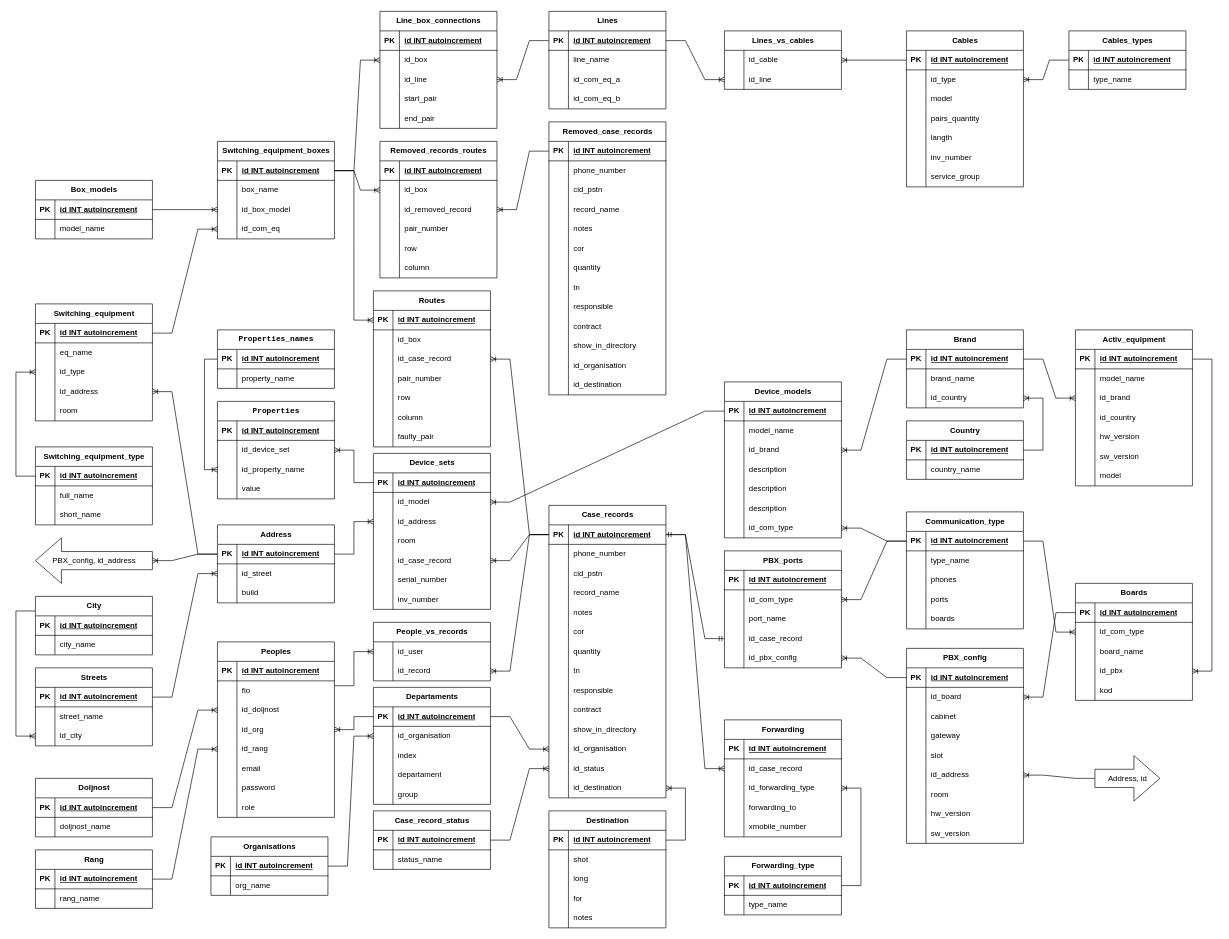
This is Project/БД для проекта.drawio from AndyHustler/HomeworkForJSFullStack, a draw.io file, before an edit. Source tidied: cells renumbered, new cells numbered last; positions are measured from the earlier drawing's top-left corner, leaving out a move shared by most shapes. Both pictures are drawn from the tidied source at 65%, with x=0, y=0 at pixel (16, 11).
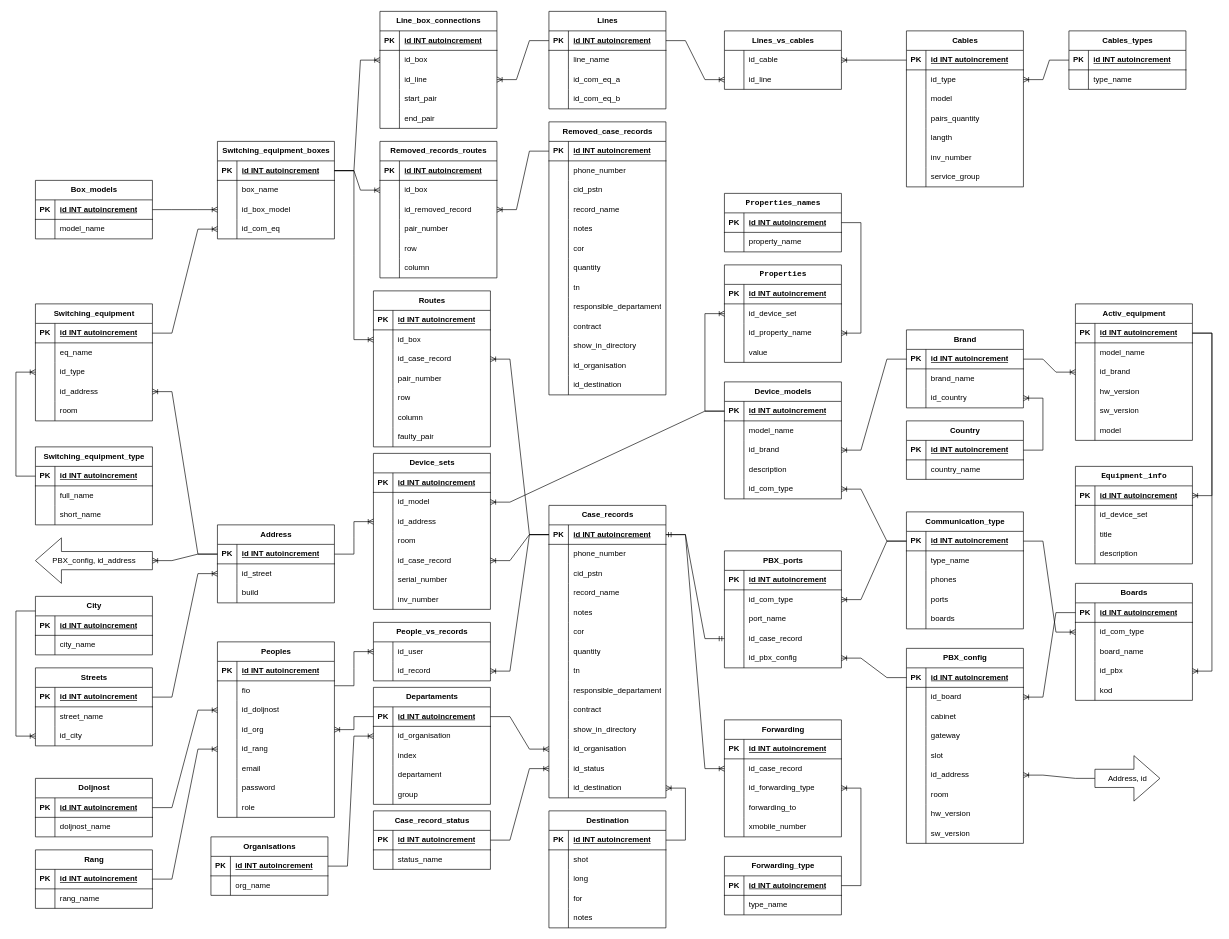
The same diagram, later.

The change refers to these unchanged cells:
```xml
<mxCell id="19" style="shape=tableRow;horizontal=0;startSize=0;swimlaneHead=0;swimlaneBody=0;fillColor=none;points=[[0,0.5],[1,0.5]];portConstraint=eastwest;top=0;left=0;right=0;bottom=1;" parent="18" vertex="1">
  <mxGeometry y="30" width="180" height="30" as="geometry" />
</mxCell>
<mxCell id="126" style="shape=tableRow;horizontal=0;startSize=0;swimlaneHead=0;swimlaneBody=0;fillColor=none;points=[[0,0.5],[1,0.5]];portConstraint=eastwest;top=0;left=0;right=0;bottom=1;" parent="125" vertex="1">
  <mxGeometry y="30" width="180" height="30" as="geometry" />
</mxCell>
<mxCell id="148" style="shape=tableRow;horizontal=0;startSize=0;swimlaneHead=0;swimlaneBody=0;fillColor=none;points=[[0,0.5],[1,0.5]];portConstraint=eastwest;top=0;left=0;right=0;bottom=1;" parent="147" vertex="1">
  <mxGeometry y="30" width="180" height="30" as="geometry" />
</mxCell>
<mxCell id="151" style="shape=tableRow;horizontal=0;startSize=0;swimlaneHead=0;swimlaneBody=0;fillColor=none;points=[[0,0.5],[1,0.5]];portConstraint=eastwest;top=0;left=0;right=0;bottom=0;" parent="147" vertex="1">
  <mxGeometry y="60" width="180" height="30" as="geometry" />
</mxCell>
<mxCell id="235" style="shape=tableRow;horizontal=0;startSize=0;swimlaneHead=0;swimlaneBody=0;fillColor=none;top=0;left=0;right=0;bottom=0;" parent="210" vertex="1">
  <mxGeometry y="270" width="180" height="30" as="geometry" />
</mxCell>
<mxCell id="278" style="shape=tableRow;horizontal=0;startSize=0;swimlaneHead=0;swimlaneBody=0;fillColor=none;top=0;left=0;right=0;bottom=0;" parent="253" vertex="1">
  <mxGeometry y="270" width="180" height="30" as="geometry" />
</mxCell>
<mxCell id="477" style="shape=tableRow;horizontal=0;startSize=0;swimlaneHead=0;swimlaneBody=0;fillColor=none;points=[[0,0.5],[1,0.5]];portConstraint=eastwest;top=0;left=0;right=0;bottom=1;" parent="476" vertex="1">
  <mxGeometry y="30" width="180" height="30" as="geometry" />
</mxCell>
<mxCell id="502" style="shape=tableRow;horizontal=0;startSize=0;swimlaneHead=0;swimlaneBody=0;fillColor=none;points=[[0,0.5],[1,0.5]];portConstraint=eastwest;top=0;left=0;right=0;bottom=1;" parent="501" vertex="1">
  <mxGeometry y="30" width="180" height="30" as="geometry" />
</mxCell>
<mxCell id="547" style="shape=tableRow;horizontal=0;startSize=0;swimlaneHead=0;swimlaneBody=0;fillColor=none;points=[[0,0.5],[1,0.5]];portConstraint=eastwest;top=0;left=0;right=0;bottom=0;" parent="543" vertex="1">
  <mxGeometry y="60" width="180" height="30" as="geometry" />
</mxCell>
<mxCell id="550" style="shape=tableRow;horizontal=0;startSize=0;swimlaneHead=0;swimlaneBody=0;fillColor=none;points=[[0,0.5],[1,0.5]];portConstraint=eastwest;top=0;left=0;right=0;bottom=0;" parent="543" vertex="1">
  <mxGeometry y="90" width="180" height="30" as="geometry" />
</mxCell>
<mxCell id="557" style="shape=tableRow;horizontal=0;startSize=0;swimlaneHead=0;swimlaneBody=0;fillColor=none;points=[[0,0.5],[1,0.5]];portConstraint=eastwest;top=0;left=0;right=0;bottom=1;" parent="556" vertex="1">
  <mxGeometry y="30" width="180" height="30" as="geometry" />
</mxCell>
```

Diff of the diagram source:
```diff
@@
-    <mxCell id="169" style="edgeStyle=entityRelationEdgeStyle;fontSize=12;html=1;endArrow=ERoneToMany;rounded=0;entryX=0;entryY=0.5;entryDx=0;entryDy=0;exitX=1;exitY=0.5;exitDx=0;exitDy=0;" parent="1" edge="1" source="19" target="148">
+    <mxCell id="169" style="edgeStyle=entityRelationEdgeStyle;fontSize=12;html=1;endArrow=ERoneToMany;rounded=0;entryX=0;entryY=0.5;entryDx=0;entryDy=0;exitX=1;exitY=0.5;exitDx=0;exitDy=0;" parent="1" edge="1" source="19" target="151">
       <mxGeometry relative="1" as="geometry" />
     </mxCell>
@@
-    <mxCell id="237" value="responsible" style="shape=partialRectangle;fillColor=none;top=0;left=0;bottom=0;right=0;align=left;spacingLeft=6;overflow=hidden;whiteSpace=wrap;html=1;" parent="235" vertex="1">
+    <mxCell id="237" value="responsible_departament" style="shape=partialRectangle;fillColor=none;top=0;left=0;bottom=0;right=0;align=left;spacingLeft=6;overflow=hidden;whiteSpace=wrap;html=1;" parent="235" vertex="1">
       <mxGeometry x="30" width="150" height="30" as="geometry" />
     </mxCell>
@@
-    <mxCell id="280" value="responsible" style="shape=partialRectangle;fillColor=none;top=0;left=0;bottom=0;right=0;align=left;spacingLeft=6;overflow=hidden;whiteSpace=wrap;html=1;" parent="278" vertex="1">
+    <mxCell id="280" value="responsible_departament" style="shape=partialRectangle;fillColor=none;top=0;left=0;bottom=0;right=0;align=left;spacingLeft=6;overflow=hidden;whiteSpace=wrap;html=1;" parent="278" vertex="1">
       <mxGeometry x="30" width="150" height="30" as="geometry" />
     </mxCell>
@@
     <mxCell id="476" value="Device_models" style="shape=table;startSize=30;childLayout=tableLayout;rowLines=0;fontStyle=1;align=center;html=1;" parent="1" vertex="1">
-      <mxGeometry x="1090" y="570" width="180" height="240" as="geometry" />
+      <mxGeometry x="1090" y="570" width="180" height="180" as="geometry" />
     </mxCell>
@@
-    <mxCell id="489" style="shape=tableRow;horizontal=0;startSize=0;swimlaneHead=0;swimlaneBody=0;fillColor=none;top=0;left=0;right=0;bottom=0;" parent="476" vertex="1">
-      <mxGeometry y="150" width="180" height="30" as="geometry" />
-    </mxCell>
-    <mxCell id="490" style="shape=partialRectangle;fillColor=none;top=0;left=0;bottom=0;right=0;overflow=hidden;whiteSpace=wrap;html=1;" parent="489" vertex="1">
-      <mxGeometry width="30" height="30" as="geometry" />
-    </mxCell>
-    <mxCell id="491" value="description" style="shape=partialRectangle;fillColor=none;top=0;left=0;bottom=0;right=0;align=left;spacingLeft=6;overflow=hidden;whiteSpace=wrap;html=1;" parent="489" vertex="1">
-      <mxGeometry x="30" width="150" height="30" as="geometry" />
-    </mxCell>
-    <mxCell id="492" style="shape=tableRow;horizontal=0;startSize=0;swimlaneHead=0;swimlaneBody=0;fillColor=none;top=0;left=0;right=0;bottom=0;" parent="476" vertex="1">
-      <mxGeometry y="180" width="180" height="30" as="geometry" />
-    </mxCell>
-    <mxCell id="493" style="shape=partialRectangle;fillColor=none;top=0;left=0;bottom=0;right=0;overflow=hidden;whiteSpace=wrap;html=1;" parent="492" vertex="1">
-      <mxGeometry width="30" height="30" as="geometry" />
-    </mxCell>
-    <mxCell id="494" value="description" style="shape=partialRectangle;fillColor=none;top=0;left=0;bottom=0;right=0;align=left;spacingLeft=6;overflow=hidden;whiteSpace=wrap;html=1;" parent="492" vertex="1">
-      <mxGeometry x="30" width="150" height="30" as="geometry" />
-    </mxCell>
     <mxCell id="495" style="shape=tableRow;horizontal=0;startSize=0;swimlaneHead=0;swimlaneBody=0;fillColor=none;points=[[0,0.5],[1,0.5]];portConstraint=eastwest;top=0;left=0;right=0;bottom=0;" parent="476" vertex="1">
-      <mxGeometry y="210" width="180" height="30" as="geometry" />
+      <mxGeometry y="150" width="180" height="30" as="geometry" />
     </mxCell>
@@
     <mxCell id="501" value="Activ_equipment" style="shape=table;startSize=30;childLayout=tableLayout;rowLines=0;fontStyle=1;align=center;html=1;" parent="1" vertex="1">
-      <mxGeometry x="1630" y="490" width="180" height="240" as="geometry" />
+      <mxGeometry x="1630" y="450" width="180" height="210" as="geometry" />
     </mxCell>
@@
-    <mxCell id="511" style="shape=tableRow;horizontal=0;startSize=0;swimlaneHead=0;swimlaneBody=0;fillColor=none;top=0;left=0;right=0;bottom=0;" parent="501" vertex="1">
-      <mxGeometry y="120" width="180" height="30" as="geometry" />
-    </mxCell>
-    <mxCell id="512" style="shape=partialRectangle;fillColor=none;top=0;left=0;bottom=0;right=0;overflow=hidden;whiteSpace=wrap;html=1;" parent="511" vertex="1">
-      <mxGeometry width="30" height="30" as="geometry" />
-    </mxCell>
-    <mxCell id="513" value="id_country" style="shape=partialRectangle;fillColor=none;top=0;left=0;bottom=0;right=0;align=left;spacingLeft=6;overflow=hidden;whiteSpace=wrap;html=1;" parent="511" vertex="1">
-      <mxGeometry x="30" width="150" height="30" as="geometry" />
-    </mxCell>
     <mxCell id="514" style="shape=tableRow;horizontal=0;startSize=0;swimlaneHead=0;swimlaneBody=0;fillColor=none;top=0;left=0;right=0;bottom=0;" parent="501" vertex="1">
-      <mxGeometry y="150" width="180" height="30" as="geometry" />
+      <mxGeometry y="120" width="180" height="30" as="geometry" />
     </mxCell>
@@
     <mxCell id="517" style="shape=tableRow;horizontal=0;startSize=0;swimlaneHead=0;swimlaneBody=0;fillColor=none;top=0;left=0;right=0;bottom=0;" parent="501" vertex="1">
-      <mxGeometry y="180" width="180" height="30" as="geometry" />
+      <mxGeometry y="150" width="180" height="30" as="geometry" />
     </mxCell>
@@
     <mxCell id="520" style="shape=tableRow;horizontal=0;startSize=0;swimlaneHead=0;swimlaneBody=0;fillColor=none;top=0;left=0;right=0;bottom=0;" parent="501" vertex="1">
-      <mxGeometry y="210" width="180" height="30" as="geometry" />
+      <mxGeometry y="180" width="180" height="30" as="geometry" />
     </mxCell>
@@
     <mxCell id="543" value="&lt;pre dir=&quot;ltr&quot; style=&quot;text-align:left&quot; id=&quot;tw-target-text&quot; class=&quot;tw-data-text tw-text-large tw-ta&quot;&gt;Properties&lt;/pre&gt;" style="shape=table;startSize=30;childLayout=tableLayout;rowLines=0;fontStyle=1;align=center;html=1;" parent="1" vertex="1">
-      <mxGeometry x="310" y="600" width="180" height="150" as="geometry" />
+      <mxGeometry x="1090" y="390" width="180" height="150" as="geometry" />
     </mxCell>
@@
     <mxCell id="556" value="&lt;pre dir=&quot;ltr&quot; style=&quot;text-align:left&quot; id=&quot;tw-target-text&quot; class=&quot;tw-data-text tw-text-large tw-ta&quot;&gt;Properties_names&lt;/pre&gt;" style="shape=table;startSize=30;childLayout=tableLayout;rowLines=0;fontStyle=1;align=center;html=1;" parent="1" vertex="1">
-      <mxGeometry x="310" y="490" width="180" height="90" as="geometry" />
+      <mxGeometry x="1090" y="280" width="180" height="90" as="geometry" />
     </mxCell>
@@
-    <mxCell id="563" style="edgeStyle=elbowEdgeStyle;fontSize=12;html=1;endArrow=ERoneToMany;rounded=0;exitX=0;exitY=0.5;exitDx=0;exitDy=0;entryX=0;entryY=0.5;entryDx=0;entryDy=0;" parent="1" edge="1" source="557" target="550">
+    <mxCell id="563" style="edgeStyle=elbowEdgeStyle;fontSize=12;html=1;endArrow=ERoneToMany;rounded=0;exitX=1;exitY=0.5;exitDx=0;exitDy=0;entryX=1;entryY=0.5;entryDx=0;entryDy=0;" parent="1" edge="1" source="557" target="550">
       <mxGeometry relative="1" as="geometry">
         <Array as="points">
-          <mxPoint x="290" y="620" />
+          <mxPoint x="1300" y="400" />
         </Array>
       </mxGeometry>
     </mxCell>
-    <mxCell id="564" style="edgeStyle=entityRelationEdgeStyle;fontSize=12;html=1;endArrow=ERoneToMany;rounded=0;exitX=0;exitY=0.5;exitDx=0;exitDy=0;entryX=1;entryY=0.5;entryDx=0;entryDy=0;" parent="1" edge="1" source="126" target="547">
-      <mxGeometry relative="1" as="geometry" />
+    <mxCell id="564" style="edgeStyle=elbowEdgeStyle;fontSize=12;html=1;endArrow=ERoneToMany;rounded=0;exitX=0;exitY=0.5;exitDx=0;exitDy=0;entryX=0;entryY=0.5;entryDx=0;entryDy=0;" parent="1" edge="1" source="477" target="547">
+      <mxGeometry relative="1" as="geometry">
+        <Array as="points">
+          <mxPoint x="1060" y="540" />
+        </Array>
+      </mxGeometry>
     </mxCell>
@@
+    <mxCell id="605" value="&lt;pre dir=&quot;ltr&quot; style=&quot;text-align:left&quot; id=&quot;tw-target-text&quot; class=&quot;tw-data-text tw-text-large tw-ta&quot;&gt;Equipment_info&lt;br&gt;&lt;/pre&gt;" style="shape=table;startSize=30;childLayout=tableLayout;rowLines=0;fontStyle=1;align=center;html=1;" parent="1" vertex="1">
+      <mxGeometry x="1630" y="700" width="180" height="150" as="geometry" />
+    </mxCell>
+    <mxCell id="606" style="shape=tableRow;horizontal=0;startSize=0;swimlaneHead=0;swimlaneBody=0;fillColor=none;points=[[0,0.5],[1,0.5]];portConstraint=eastwest;top=0;left=0;right=0;bottom=1;" parent="605" vertex="1">
+      <mxGeometry y="30" width="180" height="30" as="geometry" />
+    </mxCell>
+    <mxCell id="607" value="PK" style="shape=partialRectangle;fillColor=none;top=0;left=0;bottom=0;right=0;fontStyle=1;overflow=hidden;whiteSpace=wrap;html=1;" parent="606" vertex="1">
+      <mxGeometry width="30" height="30" as="geometry" />
+    </mxCell>
+    <mxCell id="608" value="id INT autoincrement" style="shape=partialRectangle;fillColor=none;top=0;left=0;bottom=0;right=0;align=left;spacingLeft=6;fontStyle=5;overflow=hidden;whiteSpace=wrap;html=1;" parent="606" vertex="1">
+      <mxGeometry x="30" width="150" height="30" as="geometry" />
+    </mxCell>
+    <mxCell id="609" style="shape=tableRow;horizontal=0;startSize=0;swimlaneHead=0;swimlaneBody=0;fillColor=none;top=0;left=0;right=0;bottom=0;" parent="605" vertex="1">
+      <mxGeometry y="60" width="180" height="30" as="geometry" />
+    </mxCell>
+    <mxCell id="610" style="shape=partialRectangle;fillColor=none;top=0;left=0;bottom=0;right=0;overflow=hidden;whiteSpace=wrap;html=1;" parent="609" vertex="1">
+      <mxGeometry width="30" height="30" as="geometry" />
+    </mxCell>
+    <mxCell id="611" value="id_device_set" style="shape=partialRectangle;fillColor=none;top=0;left=0;bottom=0;right=0;align=left;spacingLeft=6;overflow=hidden;whiteSpace=wrap;html=1;" parent="609" vertex="1">
+      <mxGeometry x="30" width="150" height="30" as="geometry" />
+    </mxCell>
+    <mxCell id="612" style="shape=tableRow;horizontal=0;startSize=0;swimlaneHead=0;swimlaneBody=0;fillColor=none;top=0;left=0;right=0;bottom=0;" parent="605" vertex="1">
+      <mxGeometry y="90" width="180" height="30" as="geometry" />
+    </mxCell>
+    <mxCell id="613" style="shape=partialRectangle;fillColor=none;top=0;left=0;bottom=0;right=0;overflow=hidden;whiteSpace=wrap;html=1;" parent="612" vertex="1">
+      <mxGeometry width="30" height="30" as="geometry" />
+    </mxCell>
+    <mxCell id="614" value="title" style="shape=partialRectangle;fillColor=none;top=0;left=0;bottom=0;right=0;align=left;spacingLeft=6;overflow=hidden;whiteSpace=wrap;html=1;" parent="612" vertex="1">
+      <mxGeometry x="30" width="150" height="30" as="geometry" />
+    </mxCell>
+    <mxCell id="511" style="shape=tableRow;horizontal=0;startSize=0;swimlaneHead=0;swimlaneBody=0;fillColor=none;top=0;left=0;right=0;bottom=0;" parent="605" vertex="1">
+      <mxGeometry y="120" width="180" height="30" as="geometry" />
+    </mxCell>
+    <mxCell id="615" style="shape=partialRectangle;fillColor=none;top=0;left=0;bottom=0;right=0;overflow=hidden;whiteSpace=wrap;html=1;" parent="511" vertex="1">
+      <mxGeometry width="30" height="30" as="geometry" />
+    </mxCell>
+    <mxCell id="616" value="description" style="shape=partialRectangle;fillColor=none;top=0;left=0;bottom=0;right=0;align=left;spacingLeft=6;overflow=hidden;whiteSpace=wrap;html=1;" parent="511" vertex="1">
+      <mxGeometry x="30" width="150" height="30" as="geometry" />
+    </mxCell>
+    <mxCell id="617" style="edgeStyle=entityRelationEdgeStyle;fontSize=12;html=1;endArrow=ERoneToMany;rounded=0;exitX=1;exitY=0.5;exitDx=0;exitDy=0;entryX=1;entryY=0.5;entryDx=0;entryDy=0;" parent="1" edge="1" source="502" target="606">
+      <mxGeometry relative="1" as="geometry" />
+    </mxCell>
```
